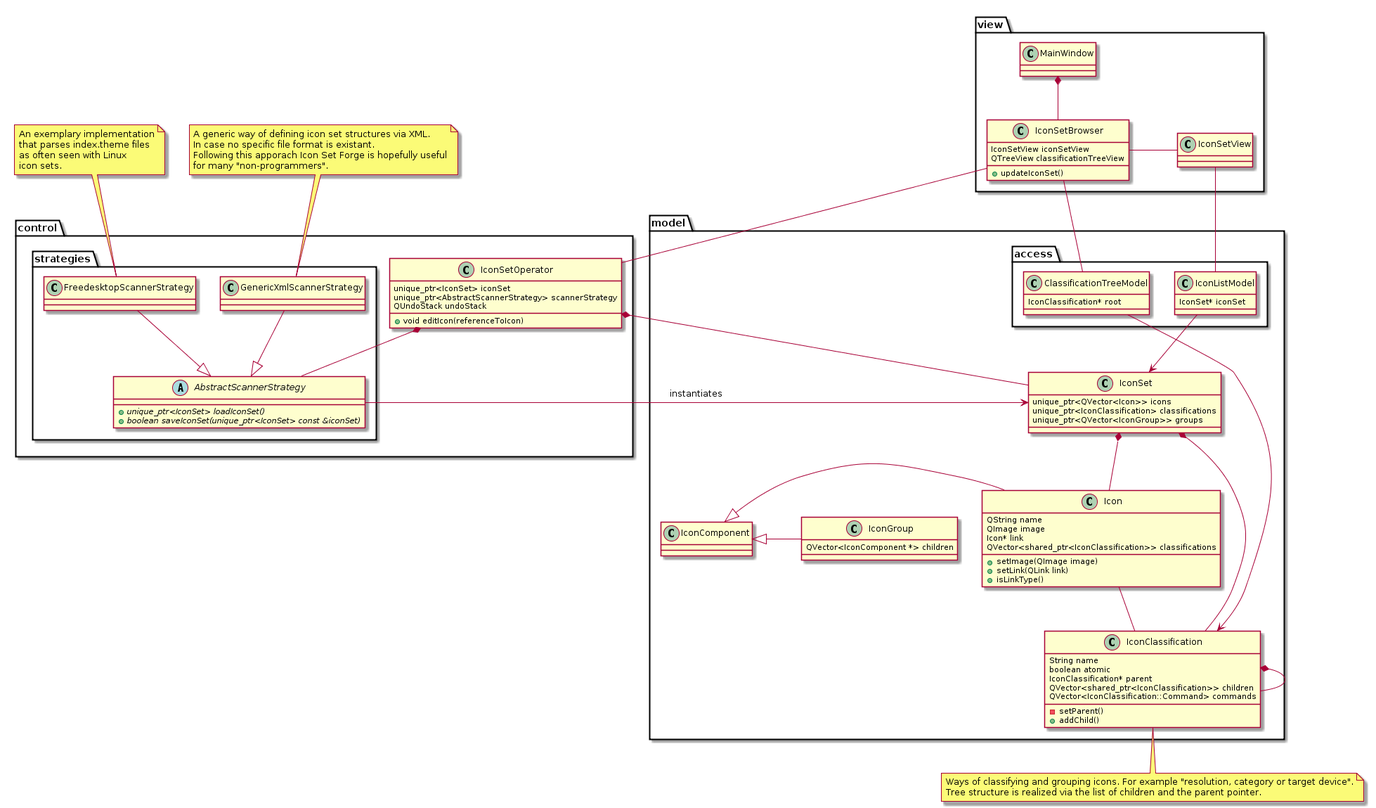
Earlier version of the PlantUML export Concept/UML/classes.png (Manuel-Kehl/Icon-Set-Forge).
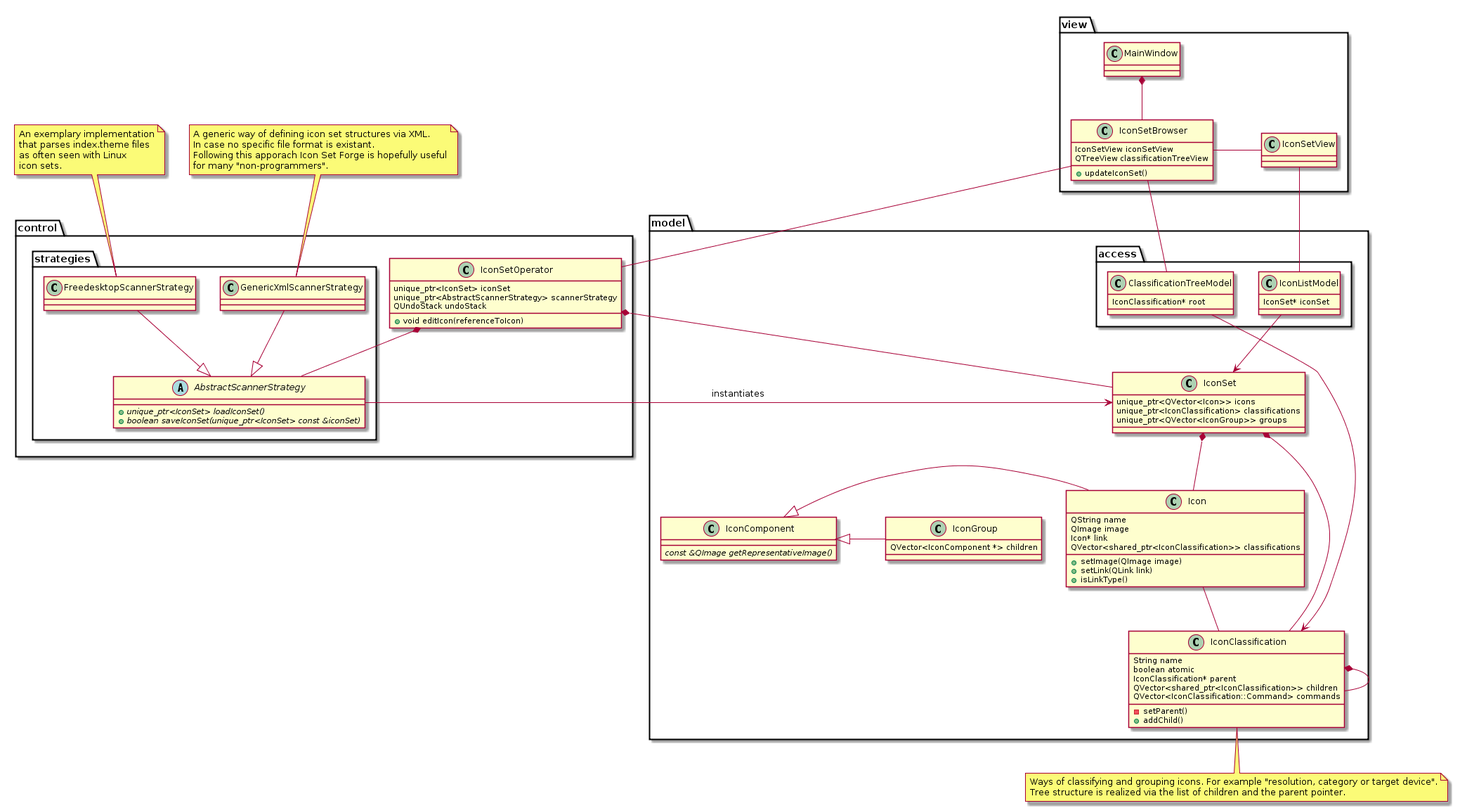
Above is the later version.

The edit, as a diff of the source:
```diff
@@ -49,7 +49,9 @@
 		unique_ptr<QVector<IconGroup>> groups
 	}
 
-	class IconComponent
+	class IconComponent {
+		{abstract} const &QImage getRepresentativeImage()
+	}
 
 	class IconGroup {
 		QVector<IconComponent *> children
```
